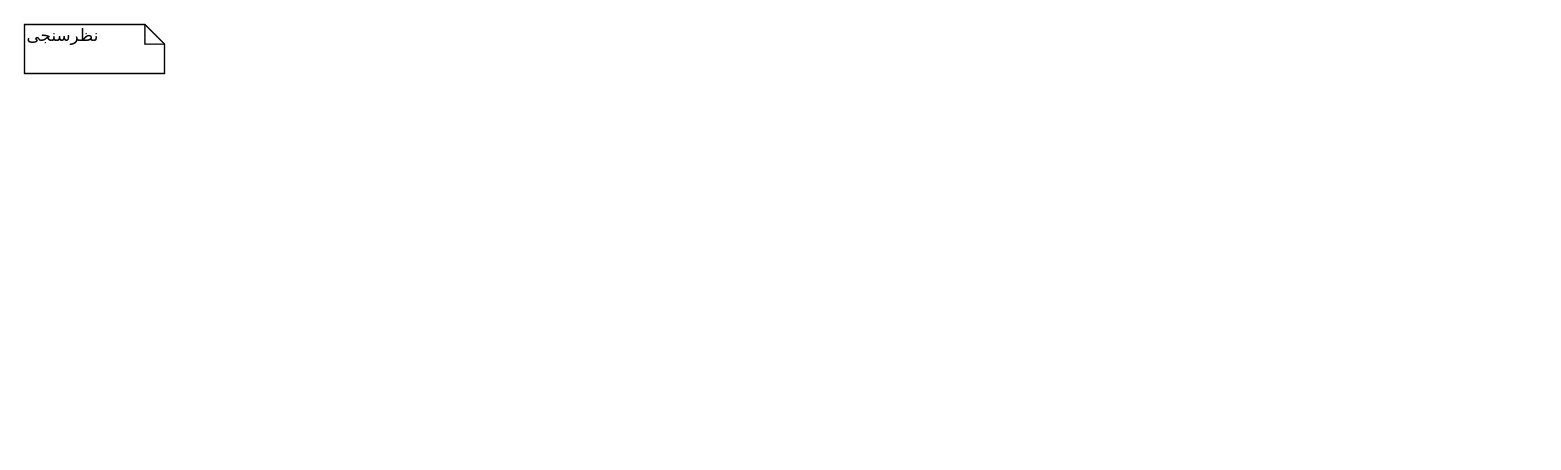
khoramian/TahDig_SoftwareEngineering keeps this draw.io diagram as Untitled Diagram.drawio. Above is the earlier version. Source tidied: cells renumbered, new cells numbered last; positions are measured from the earlier drawing's top-left corner, leaving out a move shared by most shapes. Both pictures are drawn from the tidied source at 140%, with x=0, y=0 at pixel (24, 24).
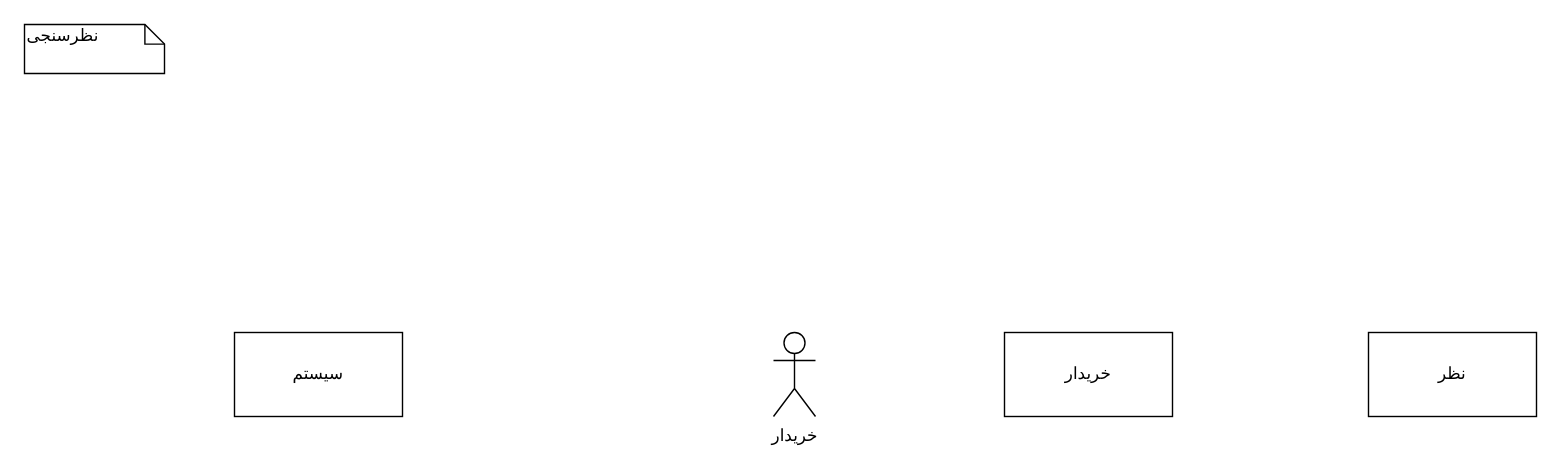
The same page after the edit.

The edit, as a diff of the source:
```diff
@@
 <mxGraphModel>
   <root>
     <mxCell id="0" />
     <mxCell id="1" parent="0" />
     <mxCell id="2" value="نظرسنجی" style="shape=note;whiteSpace=wrap;html=1;size=14;verticalAlign=top;align=left;spacingTop=-6;rounded=0;shadow=0;comic=0;labelBackgroundColor=none;strokeWidth=1;fontFamily=Verdana;fontSize=12;" parent="1" vertex="1">
       <mxGeometry width="100" height="35" as="geometry" />
     </mxCell>
+    <mxCell id="3" value="سیستم" style="rounded=0;whiteSpace=wrap;html=1;" parent="1" vertex="1">
+      <mxGeometry x="150" y="220" width="120" height="60" as="geometry" />
+    </mxCell>
+    <mxCell id="4" value="خریدار" style="shape=umlActor;verticalLabelPosition=bottom;verticalAlign=top;html=1;" parent="1" vertex="1">
+      <mxGeometry x="535" y="220" width="30" height="60" as="geometry" />
+    </mxCell>
+    <mxCell id="5" value="خریدار" style="rounded=0;whiteSpace=wrap;html=1;" parent="1" vertex="1">
+      <mxGeometry x="700" y="220" width="120" height="60" as="geometry" />
+    </mxCell>
+    <mxCell id="6" value="نظر" style="rounded=0;whiteSpace=wrap;html=1;" parent="1" vertex="1">
+      <mxGeometry x="960" y="220" width="120" height="60" as="geometry" />
+    </mxCell>
   </root>
 </mxGraphModel>
```
